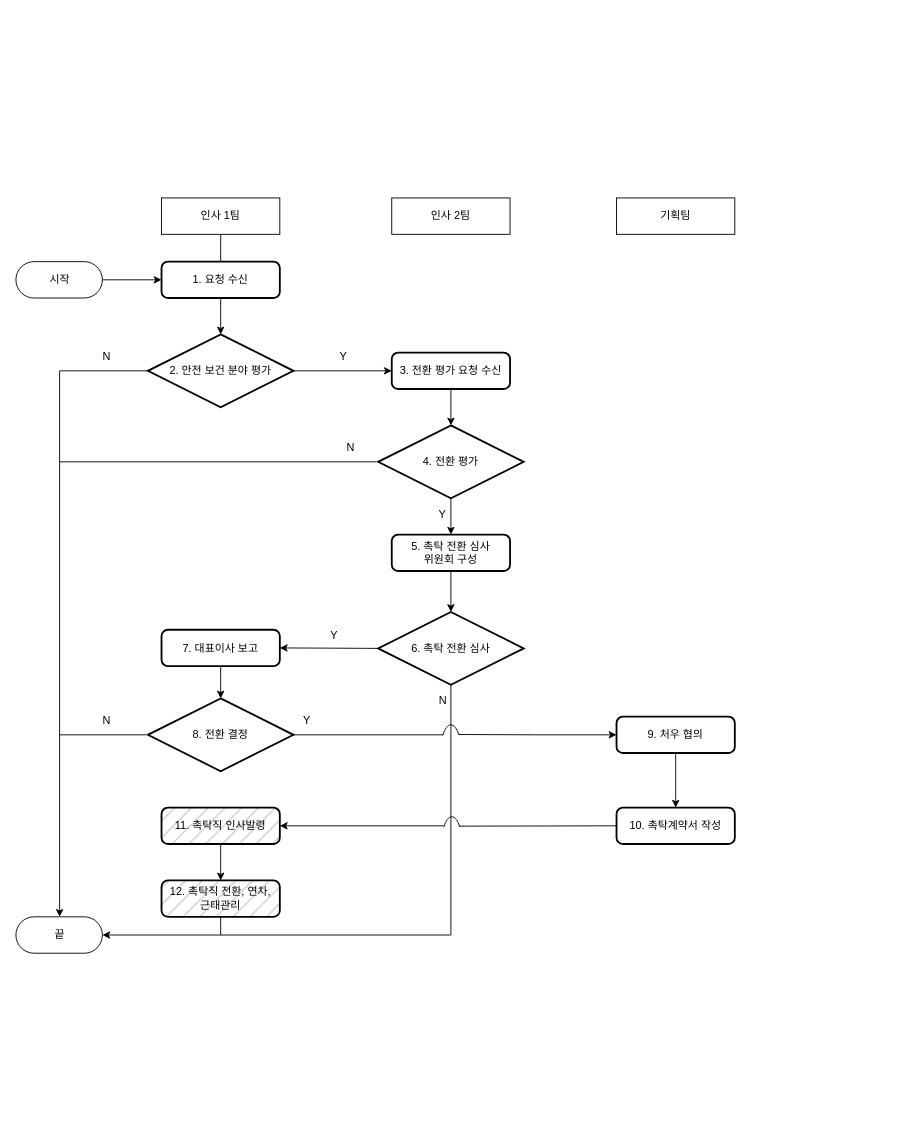
Before: 순서도.drawio in everybae/flowchart, a draw.io diagram. Source tidied: cells renumbered, new cells numbered last; positions are measured from the earlier drawing's top-left corner, leaving out a move shared by most shapes. Both pictures are drawn from the tidied source at 91%, with x=0, y=0 at pixel (15, 197).
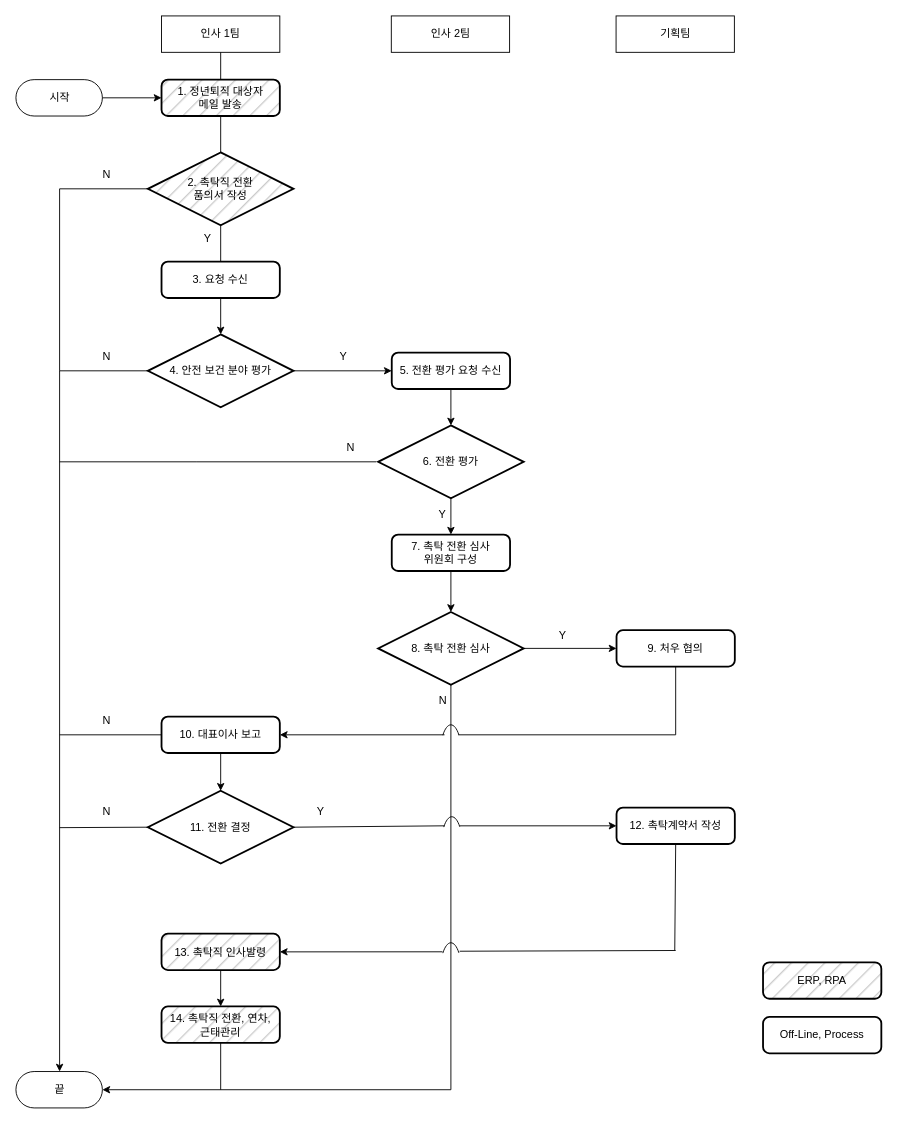
Above is the later version.

Commit message:
순서도.drawio 업데이트

Unchanged cells that the change refers to:
```xml
<mxCell id="38" style="verticalLabelPosition=bottom;verticalAlign=top;html=1;shape=mxgraph.basic.arc;startAngle=0.8678172379377097;endAngle=0.13005084156792177;fillStyle=hatch;fillColor=#CCCCCC;" parent="1" vertex="1">
  <mxGeometry x="466" y="579" width="24" height="70" as="geometry" />
</mxCell>
<mxCell id="42" style="verticalLabelPosition=bottom;verticalAlign=top;html=1;shape=mxgraph.basic.arc;startAngle=0.8678172379377097;endAngle=0.13005084156792177;fillStyle=hatch;fillColor=#CCCCCC;" parent="1" vertex="1">
  <mxGeometry x="467" y="680" width="24" height="70" as="geometry" />
</mxCell>
```

The edit, as a diff of the source:
```diff
@@
     <mxCell id="2" value="인사 1팀" style="rounded=0;whiteSpace=wrap;html=1;" parent="1" vertex="1">
-      <mxGeometry x="160" width="130" height="40" as="geometry" />
+      <mxGeometry x="160" y="-200" width="130" height="40" as="geometry" />
     </mxCell>
     <mxCell id="3" value="인사 2팀" style="rounded=0;whiteSpace=wrap;html=1;" parent="1" vertex="1">
-      <mxGeometry x="413" width="130" height="40" as="geometry" />
+      <mxGeometry x="412.5" y="-200" width="130" height="40" as="geometry" />
     </mxCell>
     <mxCell id="4" value="기획팀" style="rounded=0;whiteSpace=wrap;html=1;" parent="1" vertex="1">
-      <mxGeometry x="660" width="130" height="40" as="geometry" />
+      <mxGeometry x="659.5" y="-200" width="130" height="40" as="geometry" />
     </mxCell>
     <mxCell id="5" value="시작" style="html=1;dashed=0;whitespace=wrap;shape=mxgraph.dfd.start;" parent="1" vertex="1">
-      <mxGeometry y="70" width="95" height="40" as="geometry" />
+      <mxGeometry y="-130" width="95" height="40" as="geometry" />
     </mxCell>
-    <mxCell id="6" value="1. 요청 수신" style="rounded=1;whiteSpace=wrap;html=1;absoluteArcSize=1;arcSize=14;strokeWidth=2;" parent="1" vertex="1">
+    <mxCell id="6" value="3. 요청 수신" style="rounded=1;whiteSpace=wrap;html=1;absoluteArcSize=1;arcSize=14;strokeWidth=2;" parent="1" vertex="1">
       <mxGeometry x="160" y="70" width="130" height="40" as="geometry" />
     </mxCell>
-    <mxCell id="7" value="2. 안전 보건 분야 평가" style="strokeWidth=2;html=1;shape=mxgraph.flowchart.decision;whiteSpace=wrap;" parent="1" vertex="1">
+    <mxCell id="7" value="4. 안전 보건 분야 평가" style="strokeWidth=2;html=1;shape=mxgraph.flowchart.decision;whiteSpace=wrap;" parent="1" vertex="1">
       <mxGeometry x="145" y="150" width="160" height="80" as="geometry" />
     </mxCell>
-    <mxCell id="8" value="5. 촉탁 전환 심사&lt;br&gt;위원회 구성" style="rounded=1;whiteSpace=wrap;html=1;absoluteArcSize=1;arcSize=14;strokeWidth=2;" parent="1" vertex="1">
+    <mxCell id="8" value="7. 촉탁 전환 심사&lt;br&gt;위원회 구성" style="rounded=1;whiteSpace=wrap;html=1;absoluteArcSize=1;arcSize=14;strokeWidth=2;" parent="1" vertex="1">
       <mxGeometry x="413" y="370" width="130" height="40" as="geometry" />
     </mxCell>
-    <mxCell id="9" value="6. 촉탁 전환 심사" style="strokeWidth=2;html=1;shape=mxgraph.flowchart.decision;whiteSpace=wrap;" parent="1" vertex="1">
+    <mxCell id="9" value="8. 촉탁 전환 심사" style="strokeWidth=2;html=1;shape=mxgraph.flowchart.decision;whiteSpace=wrap;" parent="1" vertex="1">
       <mxGeometry x="398" y="455" width="160" height="80" as="geometry" />
     </mxCell>
-    <mxCell id="10" value="7. 대표이사 보고" style="rounded=1;whiteSpace=wrap;html=1;absoluteArcSize=1;arcSize=14;strokeWidth=2;" parent="1" vertex="1">
-      <mxGeometry x="160" y="474.5" width="130" height="40" as="geometry" />
+    <mxCell id="10" value="10. 대표이사 보고" style="rounded=1;whiteSpace=wrap;html=1;absoluteArcSize=1;arcSize=14;strokeWidth=2;" parent="1" vertex="1">
+      <mxGeometry x="160" y="570" width="130" height="40" as="geometry" />
     </mxCell>
-    <mxCell id="11" value="8. 전환 결정" style="strokeWidth=2;html=1;shape=mxgraph.flowchart.decision;whiteSpace=wrap;" parent="1" vertex="1">
-      <mxGeometry x="145" y="550" width="160" height="80" as="geometry" />
+    <mxCell id="11" value="11. 전환 결정" style="strokeWidth=2;html=1;shape=mxgraph.flowchart.decision;whiteSpace=wrap;" parent="1" vertex="1">
+      <mxGeometry x="145" y="651.5" width="160" height="80" as="geometry" />
     </mxCell>
-    <mxCell id="12" value="11. 촉탁직 인사발령" style="rounded=1;whiteSpace=wrap;html=1;absoluteArcSize=1;arcSize=14;strokeWidth=2;fillStyle=hatch;fillColor=#CCCCCC;" parent="1" vertex="1">
-      <mxGeometry x="160" y="670" width="130" height="40" as="geometry" />
+    <mxCell id="12" value="13. 촉탁직 인사발령" style="rounded=1;whiteSpace=wrap;html=1;absoluteArcSize=1;arcSize=14;strokeWidth=2;fillStyle=hatch;fillColor=#CCCCCC;" parent="1" vertex="1">
+      <mxGeometry x="160" y="808.5" width="130" height="40" as="geometry" />
     </mxCell>
-    <mxCell id="13" value="12. 촉탁직 전환, 연차,&lt;br&gt;근태관리" style="rounded=1;whiteSpace=wrap;html=1;absoluteArcSize=1;arcSize=14;strokeWidth=2;fillColor=#CCCCCC;fillStyle=hatch;" parent="1" vertex="1">
-      <mxGeometry x="160" y="750" width="130" height="40" as="geometry" />
+    <mxCell id="13" value="14. 촉탁직 전환, 연차,&lt;br&gt;근태관리" style="rounded=1;whiteSpace=wrap;html=1;absoluteArcSize=1;arcSize=14;strokeWidth=2;fillColor=#CCCCCC;fillStyle=hatch;" parent="1" vertex="1">
+      <mxGeometry x="160" y="888.5" width="130" height="40" as="geometry" />
     </mxCell>
     <mxCell id="14" value="끝" style="html=1;dashed=0;whitespace=wrap;shape=mxgraph.dfd.start;" parent="1" vertex="1">
-      <mxGeometry y="790" width="95" height="40" as="geometry" />
+      <mxGeometry y="960" width="95" height="40" as="geometry" />
     </mxCell>
-    <mxCell id="15" value="3. 전환 평가 요청 수신" style="rounded=1;whiteSpace=wrap;html=1;absoluteArcSize=1;arcSize=14;strokeWidth=2;" parent="1" vertex="1">
+    <mxCell id="15" value="5. 전환 평가 요청 수신" style="rounded=1;whiteSpace=wrap;html=1;absoluteArcSize=1;arcSize=14;strokeWidth=2;" parent="1" vertex="1">
       <mxGeometry x="413" y="170" width="130" height="40" as="geometry" />
     </mxCell>
-    <mxCell id="16" value="4. 전환 평가" style="strokeWidth=2;html=1;shape=mxgraph.flowchart.decision;whiteSpace=wrap;" parent="1" vertex="1">
+    <mxCell id="16" value="6. 전환 평가" style="strokeWidth=2;html=1;shape=mxgraph.flowchart.decision;whiteSpace=wrap;" parent="1" vertex="1">
       <mxGeometry x="398" y="250" width="160" height="80" as="geometry" />
     </mxCell>
     <mxCell id="17" value="9. 처우 협의" style="rounded=1;whiteSpace=wrap;html=1;absoluteArcSize=1;arcSize=14;strokeWidth=2;" parent="1" vertex="1">
-      <mxGeometry x="660" y="570" width="130" height="40" as="geometry" />
+      <mxGeometry x="660" y="475" width="130" height="40" as="geometry" />
     </mxCell>
-    <mxCell id="18" value="10. 촉탁계약서 작성" style="rounded=1;whiteSpace=wrap;html=1;absoluteArcSize=1;arcSize=14;strokeWidth=2;" parent="1" vertex="1">
+    <mxCell id="18" value="12. 촉탁계약서 작성" style="rounded=1;whiteSpace=wrap;html=1;absoluteArcSize=1;arcSize=14;strokeWidth=2;" parent="1" vertex="1">
       <mxGeometry x="660" y="670" width="130" height="40" as="geometry" />
     </mxCell>
@@
-    <mxCell id="20" style="endArrow=classic;html=1;rounded=0;exitX=1;exitY=0.5;exitDx=0;exitDy=0;exitPerimeter=0;entryX=0;entryY=0.5;entryDx=0;entryDy=0;" parent="1" edge="1" source="5" target="6">
+    <mxCell id="20" style="endArrow=classic;html=1;rounded=0;exitX=1;exitY=0.5;exitDx=0;exitDy=0;exitPerimeter=0;entryX=0;entryY=0.5;entryDx=0;entryDy=0;" parent="1" edge="1" source="5" target="59">
       <mxGeometry relative="1" as="geometry" />
     </mxCell>
@@
-    <mxCell id="32" style="endArrow=classic;html=1;rounded=0;exitX=0;exitY=0.5;exitDx=0;exitDy=0;exitPerimeter=0;entryX=1;entryY=0.5;entryDx=0;entryDy=0;" parent="1" edge="1" source="9" target="10">
+    <mxCell id="32" style="endArrow=classic;html=1;rounded=0;entryX=0;entryY=0.5;entryDx=0;entryDy=0;exitX=1;exitY=0.5;exitDx=0;exitDy=0;exitPerimeter=0;" parent="1" edge="1" source="9" target="17">
       <mxGeometry relative="1" as="geometry" />
     </mxCell>
@@
     <mxCell id="34" value="Y" style="text;html=1;strokeColor=none;fillColor=none;align=center;verticalAlign=middle;whiteSpace=wrap;rounded=0;fillStyle=hatch;" parent="1" vertex="1">
-      <mxGeometry x="290" y="560" width="60" height="30" as="geometry" />
+      <mxGeometry x="305" y="660" width="60" height="30" as="geometry" />
     </mxCell>
-    <mxCell id="35" style="endArrow=none;html=1;rounded=0;entryX=0;entryY=0.5;entryDx=0;entryDy=0;entryPerimeter=0;" parent="1" edge="1">
+    <mxCell id="35" style="endArrow=none;html=1;rounded=0;entryX=0;entryY=0.5;entryDx=0;entryDy=0;" parent="1" edge="1" target="10">
       <mxGeometry relative="1" as="geometry">
         <mxPoint x="48" y="590" as="sourcePoint" />
-        <mxPoint x="143" y="590" as="targetPoint" />
       </mxGeometry>
     </mxCell>
@@
-    <mxCell id="37" style="endArrow=none;html=1;rounded=0;exitX=1;exitY=0.5;exitDx=0;exitDy=0;exitPerimeter=0;" parent="1" edge="1" source="11">
-      <mxGeometry relative="1" as="geometry">
-        <mxPoint x="470" y="590" as="targetPoint" />
-      </mxGeometry>
-    </mxCell>
@@
-    <mxCell id="39" style="endArrow=classic;html=1;rounded=0;exitX=0.861;exitY=0.152;exitDx=0;exitDy=0;exitPerimeter=0;entryX=0;entryY=0.5;entryDx=0;entryDy=0;" parent="1" edge="1" source="38" target="17">
-      <mxGeometry relative="1" as="geometry">
-        <Array as="points">
-          <mxPoint x="570" y="590" />
-        </Array>
-      </mxGeometry>
-    </mxCell>
-    <mxCell id="40" style="endArrow=classic;html=1;rounded=0;entryX=0.5;entryY=0;entryDx=0;entryDy=0;exitX=0.5;exitY=1;exitDx=0;exitDy=0;" parent="1" edge="1" source="17" target="18">
-      <mxGeometry relative="1" as="geometry" />
-    </mxCell>
-    <mxCell id="41" style="endArrow=none;html=1;rounded=0;entryX=0;entryY=0.5;entryDx=0;entryDy=0;exitX=0.819;exitY=0.148;exitDx=0;exitDy=0;exitPerimeter=0;" parent="1" edge="1" source="42" target="18">
-      <mxGeometry relative="1" as="geometry" />
-    </mxCell>
@@
-    <mxCell id="43" style="endArrow=classic;html=1;rounded=0;entryX=1;entryY=0.5;entryDx=0;entryDy=0;" parent="1" edge="1" target="12">
-      <mxGeometry relative="1" as="geometry">
-        <mxPoint x="470" y="690" as="sourcePoint" />
-      </mxGeometry>
-    </mxCell>
@@
-    <mxCell id="45" style="endArrow=none;html=1;rounded=0;exitX=0.5;exitY=1;exitDx=0;exitDy=0;" parent="1" edge="1" source="13">
-      <mxGeometry relative="1" as="geometry">
-        <mxPoint x="225" y="810" as="targetPoint" />
-      </mxGeometry>
-    </mxCell>
@@
     <mxCell id="47" value="Y" style="text;html=1;strokeColor=none;fillColor=none;align=center;verticalAlign=middle;whiteSpace=wrap;rounded=0;fillStyle=hatch;" parent="1" vertex="1">
-      <mxGeometry x="320" y="466" width="60" height="30" as="geometry" />
+      <mxGeometry x="571" y="466" width="60" height="30" as="geometry" />
     </mxCell>
-    <mxCell id="48" style="endArrow=none;html=1;rounded=0;exitX=0.5;exitY=1;exitDx=0;exitDy=0;entryX=0.5;entryY=0;entryDx=0;entryDy=0;" parent="1" edge="1" source="2" target="6">
+    <mxCell id="48" style="endArrow=none;html=1;rounded=0;entryX=0.5;entryY=0;entryDx=0;entryDy=0;exitX=0.5;exitY=1;exitDx=0;exitDy=0;exitPerimeter=0;" parent="1" edge="1" source="60" target="6">
       <mxGeometry relative="1" as="geometry" />
     </mxCell>
+    <mxCell id="49" style="endArrow=none;html=1;rounded=0;entryX=0.5;entryY=1;entryDx=0;entryDy=0;" parent="1" edge="1" target="17">
+      <mxGeometry relative="1" as="geometry">
+        <mxPoint x="725" y="590" as="sourcePoint" />
+      </mxGeometry>
+    </mxCell>
+    <mxCell id="50" style="endArrow=none;html=1;rounded=0;" parent="1" edge="1">
+      <mxGeometry relative="1" as="geometry">
+        <mxPoint x="486" y="590" as="sourcePoint" />
+        <mxPoint x="725" y="590" as="targetPoint" />
+      </mxGeometry>
+    </mxCell>
+    <mxCell id="51" style="endArrow=classic;html=1;rounded=0;exitX=0.208;exitY=0.157;exitDx=0;exitDy=0;exitPerimeter=0;entryX=1;entryY=0.5;entryDx=0;entryDy=0;" parent="1" edge="1" source="38" target="10">
+      <mxGeometry relative="1" as="geometry" />
+    </mxCell>
+    <mxCell id="52" style="endArrow=none;html=1;rounded=0;exitX=1;exitY=0.5;exitDx=0;exitDy=0;exitPerimeter=0;" parent="1" edge="1" source="11">
+      <mxGeometry relative="1" as="geometry">
+        <mxPoint x="471" y="690" as="targetPoint" />
+      </mxGeometry>
+    </mxCell>
+    <mxCell id="41" style="endArrow=classic;html=1;rounded=0;exitX=0.861;exitY=0.143;exitDx=0;exitDy=0;exitPerimeter=0;entryX=0;entryY=0.5;entryDx=0;entryDy=0;" parent="1" edge="1" source="42" target="18">
+      <mxGeometry relative="1" as="geometry" />
+    </mxCell>
+    <mxCell id="53" style="endArrow=none;html=1;rounded=0;exitX=0;exitY=0.5;exitDx=0;exitDy=0;exitPerimeter=0;" parent="1" edge="1" source="11">
+      <mxGeometry relative="1" as="geometry">
+        <mxPoint x="48" y="692" as="targetPoint" />
+      </mxGeometry>
+    </mxCell>
+    <mxCell id="54" value="N" style="text;html=1;strokeColor=none;fillColor=none;align=center;verticalAlign=middle;whiteSpace=wrap;rounded=0;fillStyle=hatch;" parent="1" vertex="1">
+      <mxGeometry x="70" y="660" width="60" height="30" as="geometry" />
+    </mxCell>
+    <mxCell id="55" style="endArrow=none;html=1;rounded=0;entryX=0.5;entryY=1;entryDx=0;entryDy=0;" parent="1" edge="1" target="18">
+      <mxGeometry relative="1" as="geometry">
+        <mxPoint x="724" y="827" as="sourcePoint" />
+      </mxGeometry>
+    </mxCell>
+    <mxCell id="56" style="endArrow=classic;html=1;rounded=0;entryX=1;entryY=0.5;entryDx=0;entryDy=0;exitX=0.115;exitY=0.142;exitDx=0;exitDy=0;exitPerimeter=0;" parent="1" edge="1" source="57" target="12">
+      <mxGeometry relative="1" as="geometry" />
+    </mxCell>
+    <mxCell id="57" style="verticalLabelPosition=bottom;verticalAlign=top;html=1;shape=mxgraph.basic.arc;startAngle=0.8678172379377097;endAngle=0.13005084156792177;fillStyle=hatch;fillColor=#CCCCCC;" parent="1" vertex="1">
+      <mxGeometry x="466" y="818.5" width="24" height="70" as="geometry" />
+    </mxCell>
+    <mxCell id="58" style="endArrow=none;html=1;rounded=0;exitX=0.9;exitY=0.133;exitDx=0;exitDy=0;exitPerimeter=0;" parent="1" edge="1" source="57">
+      <mxGeometry relative="1" as="geometry">
+        <mxPoint x="725" y="827" as="targetPoint" />
+      </mxGeometry>
+    </mxCell>
+    <mxCell id="59" value="1. 정년퇴직 대상자&lt;br&gt;메일 발송" style="rounded=1;whiteSpace=wrap;html=1;absoluteArcSize=1;arcSize=14;strokeWidth=2;fillStyle=hatch;fillColor=#CCCCCC;" parent="1" vertex="1">
+      <mxGeometry x="160" y="-130" width="130" height="40" as="geometry" />
+    </mxCell>
+    <mxCell id="60" value="2. 촉탁직 전환 &lt;br&gt;품의서 작성" style="strokeWidth=2;html=1;shape=mxgraph.flowchart.decision;whiteSpace=wrap;fillStyle=hatch;fillColor=#CCCCCC;" parent="1" vertex="1">
+      <mxGeometry x="145" y="-50" width="160" height="80" as="geometry" />
+    </mxCell>
+    <mxCell id="61" value="Y" style="text;html=1;strokeColor=none;fillColor=none;align=center;verticalAlign=middle;whiteSpace=wrap;rounded=0;fillStyle=hatch;" parent="1" vertex="1">
+      <mxGeometry x="181" y="30" width="60" height="30" as="geometry" />
+    </mxCell>
+    <mxCell id="62" style="endArrow=none;html=1;rounded=0;entryX=0.5;entryY=1;entryDx=0;entryDy=0;exitX=0.5;exitY=0;exitDx=0;exitDy=0;exitPerimeter=0;" parent="1" edge="1" source="60" target="59">
+      <mxGeometry relative="1" as="geometry" />
+    </mxCell>
+    <mxCell id="63" style="endArrow=none;html=1;rounded=0;entryX=0;entryY=0.5;entryDx=0;entryDy=0;entryPerimeter=0;" parent="1" edge="1" target="60">
+      <mxGeometry relative="1" as="geometry">
+        <mxPoint x="48" y="-10" as="sourcePoint" />
+      </mxGeometry>
+    </mxCell>
+    <mxCell id="64" style="endArrow=none;html=1;rounded=0;" parent="1" edge="1">
+      <mxGeometry relative="1" as="geometry">
+        <mxPoint x="48" y="190" as="sourcePoint" />
+        <mxPoint x="48" y="-10" as="targetPoint" />
+      </mxGeometry>
+    </mxCell>
+    <mxCell id="65" value="N" style="text;html=1;strokeColor=none;fillColor=none;align=center;verticalAlign=middle;whiteSpace=wrap;rounded=0;fillStyle=hatch;" parent="1" vertex="1">
+      <mxGeometry x="70" y="-40" width="60" height="30" as="geometry" />
+    </mxCell>
+    <mxCell id="66" style="endArrow=none;html=1;rounded=0;entryX=0.5;entryY=1;entryDx=0;entryDy=0;exitX=0.5;exitY=0;exitDx=0;exitDy=0;" parent="1" edge="1" source="59" target="2">
+      <mxGeometry relative="1" as="geometry" />
+    </mxCell>
+    <mxCell id="67" value="ERP, RPA" style="rounded=1;whiteSpace=wrap;html=1;absoluteArcSize=1;arcSize=14;strokeWidth=2;fillStyle=hatch;fillColor=#CCCCCC;" parent="1" vertex="1">
+      <mxGeometry x="821" y="840" width="130" height="40" as="geometry" />
+    </mxCell>
+    <mxCell id="68" value="Off-Line, Process" style="rounded=1;whiteSpace=wrap;html=1;absoluteArcSize=1;arcSize=14;strokeWidth=2;" parent="1" vertex="1">
+      <mxGeometry x="821" y="900" width="130" height="40" as="geometry" />
+    </mxCell>
+    <mxCell id="69" style="endArrow=none;html=1;rounded=0;entryX=0.5;entryY=1;entryDx=0;entryDy=0;" parent="1" edge="1" target="13">
+      <mxGeometry relative="1" as="geometry">
+        <mxPoint x="225" y="980" as="sourcePoint" />
+      </mxGeometry>
+    </mxCell>
```
